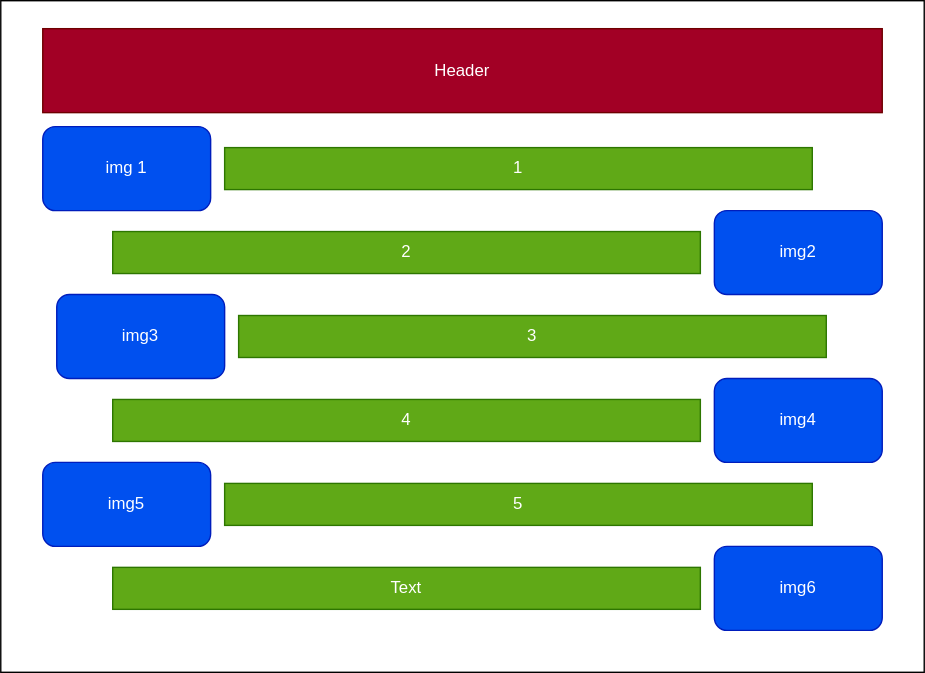
Earlier version of the draw.io export ponder/personal-page/images/wireframe-page2.svg (StardustPaladin/wdd131). Source tidied: cells renumbered, new cells last; positions are measured from the earlier drawing's top-left corner, leaving out a move shared by most shapes.
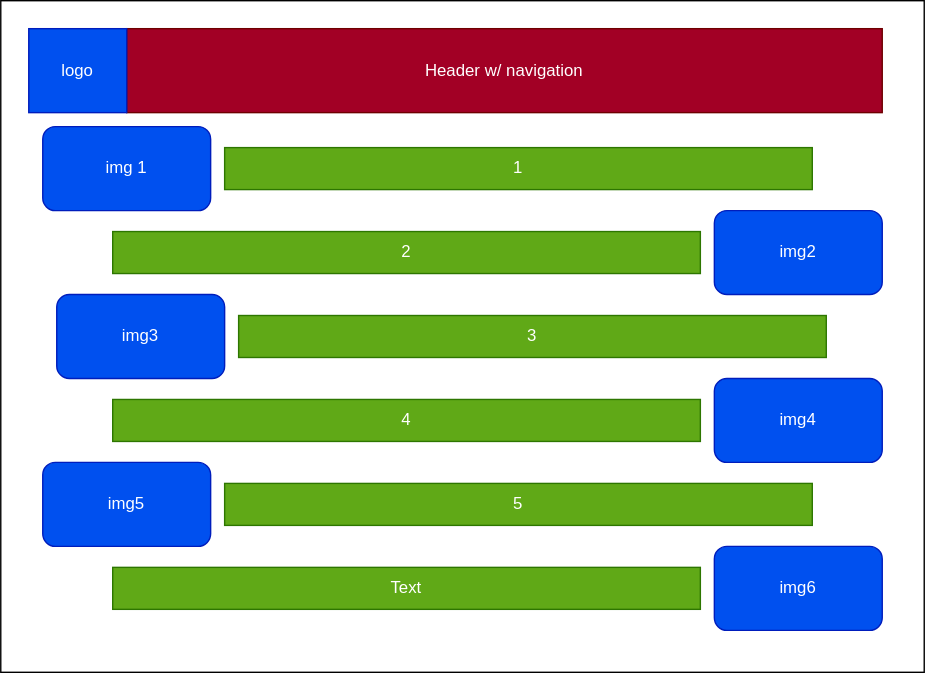
The same file after the commit.

Commit message:
changed both wireframes to add the logo and navigation

What changed in the source:
```diff
@@ -41,8 +41,11 @@
     <mxCell id="14" value="Text" style="text;html=1;whiteSpace=wrap;strokeColor=#2D7600;fillColor=#60a917;align=center;verticalAlign=middle;rounded=0;fontColor=#ffffff;" parent="1" vertex="1">
       <mxGeometry x="80" y="405" width="420" height="30" as="geometry" />
     </mxCell>
-    <mxCell id="15" value="Header" style="rounded=0;whiteSpace=wrap;html=1;fillColor=#a20025;fontColor=#ffffff;strokeColor=#6F0000;" parent="1" vertex="1">
-      <mxGeometry x="30" y="20" width="600" height="60" as="geometry" />
+    <mxCell id="15" value="Header w/ navigation" style="rounded=0;whiteSpace=wrap;html=1;fillColor=#a20025;fontColor=#ffffff;strokeColor=#6F0000;" parent="1" vertex="1">
+      <mxGeometry x="90" y="20" width="540" height="60" as="geometry" />
     </mxCell>
+    <mxCell id="16" value="logo" style="rounded=0;whiteSpace=wrap;html=1;fillColor=#0050ef;fontColor=#ffffff;strokeColor=#001DBC;" parent="1" vertex="1">
+      <mxGeometry x="20" y="20" width="70" height="60" as="geometry" />
+    </mxCell>
   </root>
 </mxGraphModel>
```
